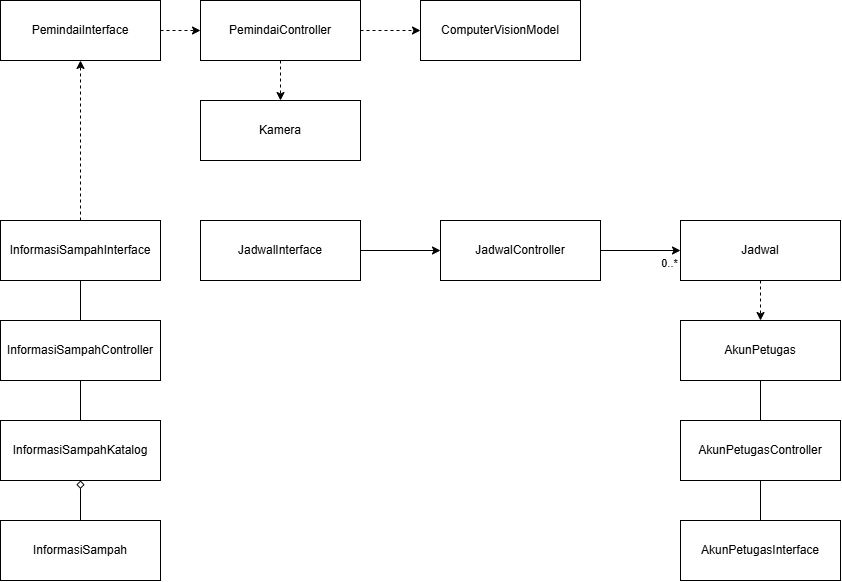
This is docs/M5/assets/diagram/KelasDiagramKeseluruhan.png from sy-150/IF2150-RPL-K02-G05, a draw.io export, as it was before one commit. Source tidied: cells renumbered, new cells last; positions are measured from the earlier drawing's top-left corner, leaving out a move shared by most shapes.
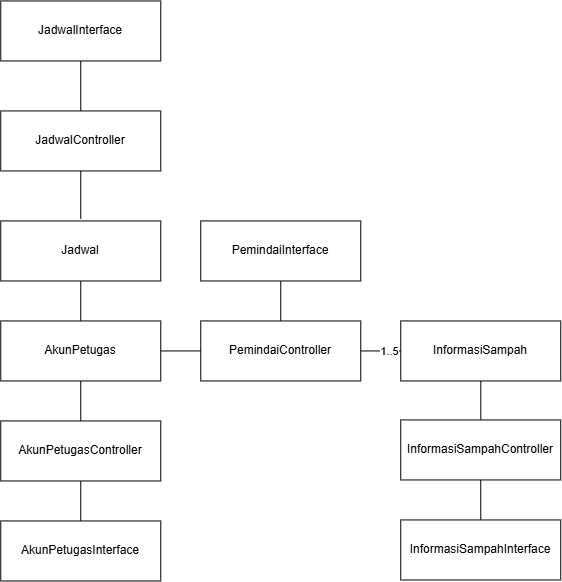
After the change.

Diff of the diagram source:
```diff
@@ -5,25 +5,28 @@
     <mxCell id="2" style="edgeStyle=orthogonalEdgeStyle;rounded=0;jettySize=auto;html=1;endArrow=none;endFill=0;" parent="1" edge="1" source="3" target="5">
       <mxGeometry relative="1" as="geometry" />
     </mxCell>
+    <mxCell id="29" style="edgeStyle=orthogonalEdgeStyle;rounded=0;jettySize=auto;html=1;entryX=0;entryY=0.5;entryDx=0;entryDy=0;endArrow=none;endFill=0;" parent="1" edge="1" source="3" target="26">
+      <mxGeometry relative="1" as="geometry" />
+    </mxCell>
     <mxCell id="3" value="AkunPetugas" style="html=1;whiteSpace=wrap;" parent="1" vertex="1">
-      <mxGeometry x="680" y="320" width="160" height="60" as="geometry" />
+      <mxGeometry x="420" y="200" width="160" height="60" as="geometry" />
     </mxCell>
     <mxCell id="4" style="edgeStyle=orthogonalEdgeStyle;rounded=0;jettySize=auto;html=1;endArrow=none;endFill=0;" parent="1" edge="1" source="5" target="6">
       <mxGeometry relative="1" as="geometry" />
     </mxCell>
     <mxCell id="5" value="AkunPetugasController" style="html=1;whiteSpace=wrap;" parent="1" vertex="1">
-      <mxGeometry x="680" y="420" width="160" height="60" as="geometry" />
+      <mxGeometry x="420" y="300" width="160" height="60" as="geometry" />
     </mxCell>
     <mxCell id="6" value="AkunPetugasInterface" style="html=1;whiteSpace=wrap;" parent="1" vertex="1">
-      <mxGeometry x="680" y="520" width="160" height="60" as="geometry" />
+      <mxGeometry x="420" y="400" width="160" height="60" as="geometry" />
     </mxCell>
-    <mxCell id="7" style="edgeStyle=orthogonalEdgeStyle;rounded=0;jettySize=auto;html=1;" parent="1" edge="1" source="8" target="11">
+    <mxCell id="7" style="edgeStyle=orthogonalEdgeStyle;rounded=0;jettySize=auto;html=1;endArrow=none;endFill=0;" parent="1" edge="1" source="8" target="11">
       <mxGeometry relative="1" as="geometry" />
     </mxCell>
     <mxCell id="8" value="JadwalInterface" style="html=1;whiteSpace=wrap;" parent="1" vertex="1">
-      <mxGeometry x="200" y="220" width="160" height="60" as="geometry" />
+      <mxGeometry x="420" y="-120" width="160" height="60" as="geometry" />
     </mxCell>
-    <mxCell id="9" style="edgeStyle=orthogonalEdgeStyle;rounded=0;jettySize=auto;html=1;" parent="1" edge="1" source="11" target="13">
+    <mxCell id="9" style="edgeStyle=orthogonalEdgeStyle;rounded=0;jettySize=auto;html=1;endArrow=none;endFill=0;" parent="1" edge="1" source="11" target="13">
       <mxGeometry relative="1" as="geometry" />
     </mxCell>
     <mxCell id="10" value="0..*" style="edgeLabel;html=1;align=center;verticalAlign=middle;" parent="9" vertex="1">
@@ -32,58 +35,45 @@
       </mxGeometry>
     </mxCell>
     <mxCell id="11" value="JadwalController" style="html=1;whiteSpace=wrap;" parent="1" vertex="1">
-      <mxGeometry x="440" y="220" width="160" height="60" as="geometry" />
+      <mxGeometry x="420" y="-10" width="160" height="60" as="geometry" />
     </mxCell>
-    <mxCell id="12" style="edgeStyle=orthogonalEdgeStyle;rounded=0;jettySize=auto;html=1;dashed=1;" parent="1" edge="1" source="13" target="3">
+    <mxCell id="12" style="edgeStyle=orthogonalEdgeStyle;rounded=0;jettySize=auto;html=1;endArrow=none;endFill=0;" parent="1" edge="1" source="13" target="3">
       <mxGeometry relative="1" as="geometry" />
     </mxCell>
     <mxCell id="13" value="Jadwal" style="html=1;whiteSpace=wrap;" parent="1" vertex="1">
-      <mxGeometry x="680" y="220" width="160" height="60" as="geometry" />
+      <mxGeometry x="420" y="100" width="160" height="60" as="geometry" />
     </mxCell>
-    <mxCell id="14" style="edgeStyle=orthogonalEdgeStyle;rounded=0;jettySize=auto;html=1;dashed=1;" parent="1" edge="1" source="15" target="23">
-      <mxGeometry relative="1" as="geometry" />
-    </mxCell>
+    <mxCell id="30" style="edgeStyle=orthogonalEdgeStyle;rounded=0;jettySize=auto;html=1;endArrow=none;endFill=0;" parent="1" edge="1" source="15" target="17">
+      <mxGeometry relative="1" as="geometry" />
+    </mxCell>
     <mxCell id="15" value="InformasiSampahInterface" style="html=1;whiteSpace=wrap;" parent="1" vertex="1">
-      <mxGeometry y="220" width="160" height="60" as="geometry" />
+      <mxGeometry x="820" y="399" width="160" height="60" as="geometry" />
     </mxCell>
-    <mxCell id="16" style="edgeStyle=orthogonalEdgeStyle;rounded=0;jettySize=auto;html=1;endArrow=none;endFill=0;" parent="1" edge="1" source="17" target="15">
-      <mxGeometry relative="1" as="geometry" />
-    </mxCell>
     <mxCell id="17" value="InformasiSampahController" style="html=1;whiteSpace=wrap;" parent="1" vertex="1">
-      <mxGeometry y="320" width="160" height="60" as="geometry" />
+      <mxGeometry x="820" y="299" width="160" height="60" as="geometry" />
     </mxCell>
-    <mxCell id="18" style="edgeStyle=orthogonalEdgeStyle;rounded=0;jettySize=auto;html=1;endArrow=none;endFill=0;" parent="1" edge="1" source="19" target="17">
-      <mxGeometry relative="1" as="geometry" />
-    </mxCell>
-    <mxCell id="19" value="InformasiSampahKatalog" style="html=1;whiteSpace=wrap;" parent="1" vertex="1">
-      <mxGeometry y="420" width="160" height="60" as="geometry" />
-    </mxCell>
-    <mxCell id="20" style="edgeStyle=orthogonalEdgeStyle;rounded=0;jettySize=auto;html=1;endArrow=diamond;endFill=0;" parent="1" edge="1" source="21" target="19">
-      <mxGeometry relative="1" as="geometry" />
-    </mxCell>
+    <mxCell id="31" style="edgeStyle=orthogonalEdgeStyle;rounded=0;jettySize=auto;html=1;endArrow=none;endFill=0;" parent="1" edge="1" source="21" target="17">
+      <mxGeometry relative="1" as="geometry" />
+    </mxCell>
     <mxCell id="21" value="InformasiSampah" style="html=1;whiteSpace=wrap;" parent="1" vertex="1">
-      <mxGeometry y="520" width="160" height="60" as="geometry" />
+      <mxGeometry x="820" y="200" width="160" height="60" as="geometry" />
     </mxCell>
-    <mxCell id="22" style="edgeStyle=orthogonalEdgeStyle;rounded=0;jettySize=auto;html=1;dashed=1;" parent="1" edge="1" source="23" target="26">
+    <mxCell id="22" style="edgeStyle=orthogonalEdgeStyle;rounded=0;jettySize=auto;html=1;endArrow=none;endFill=0;" parent="1" edge="1" source="23" target="26">
       <mxGeometry relative="1" as="geometry" />
     </mxCell>
     <mxCell id="23" value="PemindaiInterface" style="html=1;whiteSpace=wrap;" parent="1" vertex="1">
-      <mxGeometry width="160" height="60" as="geometry" />
+      <mxGeometry x="620" y="100" width="160" height="60" as="geometry" />
     </mxCell>
-    <mxCell id="24" style="edgeStyle=orthogonalEdgeStyle;rounded=0;jettySize=auto;html=1;dashed=1;" parent="1" edge="1" source="26" target="27">
-      <mxGeometry relative="1" as="geometry" />
-    </mxCell>
-    <mxCell id="25" style="edgeStyle=orthogonalEdgeStyle;rounded=0;jettySize=auto;html=1;dashed=1;" parent="1" edge="1" source="26" target="28">
-      <mxGeometry relative="1" as="geometry" />
-    </mxCell>
+    <mxCell id="32" style="edgeStyle=orthogonalEdgeStyle;rounded=0;jettySize=auto;html=1;endArrow=none;endFill=0;" parent="1" edge="1" source="26" target="21">
+      <mxGeometry relative="1" as="geometry" />
+    </mxCell>
+    <mxCell id="33" value="1..5" style="edgeLabel;html=1;align=center;verticalAlign=middle;" parent="32" vertex="1">
+      <mxGeometry x="0.69" relative="1" as="geometry">
+        <mxPoint x="-6" as="offset" />
+      </mxGeometry>
+    </mxCell>
     <mxCell id="26" value="PemindaiController" style="html=1;whiteSpace=wrap;" parent="1" vertex="1">
-      <mxGeometry x="200" width="160" height="60" as="geometry" />
+      <mxGeometry x="620" y="200" width="160" height="60" as="geometry" />
     </mxCell>
-    <mxCell id="27" value="ComputerVisionModel" style="html=1;whiteSpace=wrap;" parent="1" vertex="1">
-      <mxGeometry x="420" width="160" height="60" as="geometry" />
-    </mxCell>
-    <mxCell id="28" value="Kamera" style="html=1;whiteSpace=wrap;" parent="1" vertex="1">
-      <mxGeometry x="200" y="100" width="160" height="60" as="geometry" />
-    </mxCell>
   </root>
 </mxGraphModel>
```
